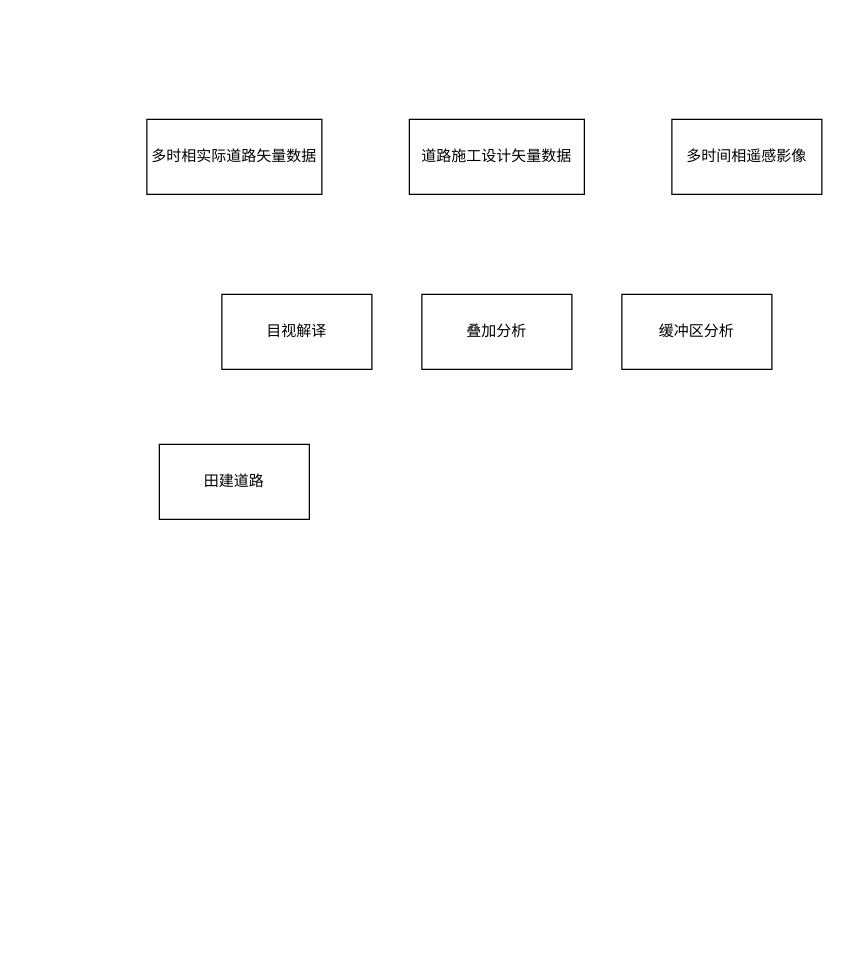
AhXianGL/draw.io keeps this draw.io diagram as 未命名绘图.drawio. Above is the earlier version. Source tidied: cells renumbered, new cells numbered last; positions are measured from the earlier drawing's top-left corner, leaving out a move shared by most shapes. Both pictures are drawn from the tidied source at 125%, with x=0, y=0 at pixel (146, 119).
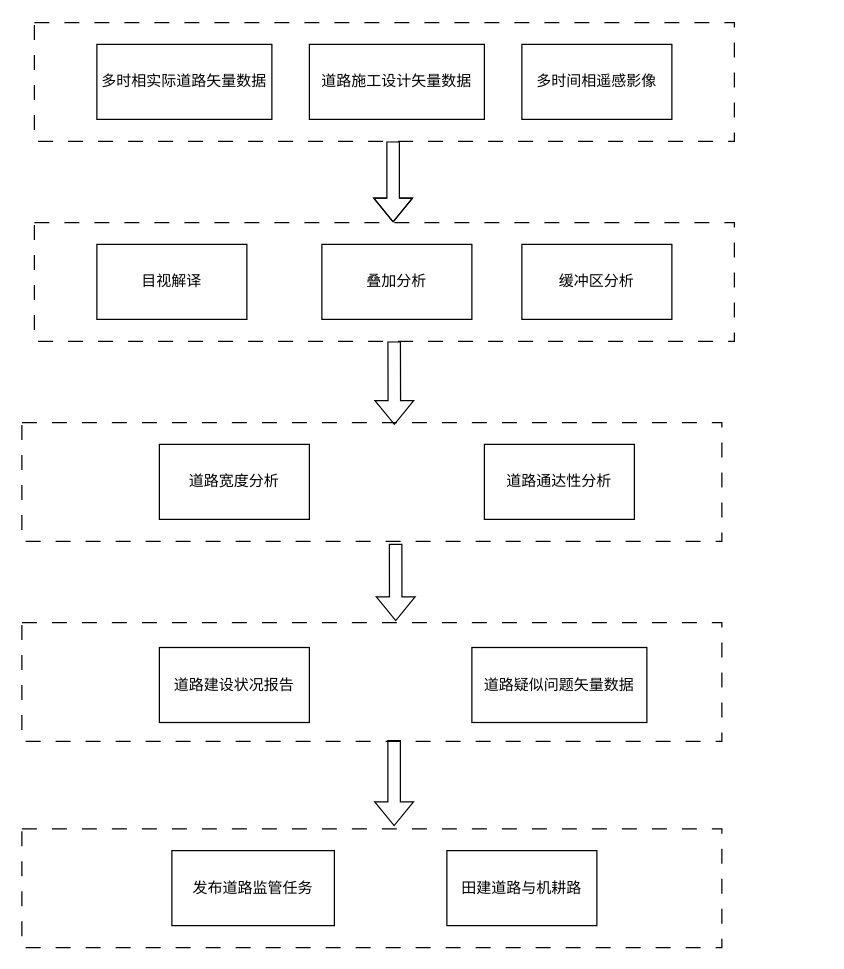
After the change.

Commit message:
道路施工情况分析.drawio

Change to the diagram source:
```diff
@@
+    <mxCell id="9" style="rounded=0;whiteSpace=wrap;html=1;dashed=1;dashPattern=12 12;" parent="1" vertex="1">
+      <mxGeometry x="-100" y="242.5" width="560" height="95" as="geometry" />
+    </mxCell>
+    <mxCell id="8" value="道路宽度分析" style="rounded=0;whiteSpace=wrap;html=1;" parent="1" vertex="1">
+      <mxGeometry x="10" y="260" width="120" height="60" as="geometry" />
+    </mxCell>
+    <mxCell id="10" value="道路通达性分析" style="rounded=0;whiteSpace=wrap;html=1;" parent="1" vertex="1">
+      <mxGeometry x="270" y="260" width="120" height="60" as="geometry" />
+    </mxCell>
+    <mxCell id="11" style="shape=flexArrow;endArrow=classic;html=1;rounded=0;entryX=0.5;entryY=0;entryDx=0;entryDy=0;" parent="1" edge="1">
+      <mxGeometry relative="1" as="geometry">
+        <mxPoint x="197" y="17.5" as="sourcePoint" />
+        <mxPoint x="197" y="82.5" as="targetPoint" />
+        <Array as="points">
+          <mxPoint x="197" y="42.5" />
+        </Array>
+      </mxGeometry>
+    </mxCell>
+    <mxCell id="12" style="shape=flexArrow;endArrow=classic;html=1;rounded=0;entryX=0.516;entryY=0.021;entryDx=0;entryDy=0;entryPerimeter=0;exitX=0.514;exitY=1;exitDx=0;exitDy=0;exitPerimeter=0;" parent="1" edge="1" source="25">
+      <mxGeometry relative="1" as="geometry">
+        <mxPoint x="198" y="244.5" as="targetPoint" />
+      </mxGeometry>
+    </mxCell>
+    <mxCell id="13" style="shape=flexArrow;endArrow=classic;html=1;rounded=0;entryX=0.518;entryY=0.021;entryDx=0;entryDy=0;entryPerimeter=0;" parent="1" edge="1">
+      <mxGeometry relative="1" as="geometry">
+        <mxPoint x="199" y="339.5" as="sourcePoint" />
+        <mxPoint x="199.1" y="401.5" as="targetPoint" />
+      </mxGeometry>
+    </mxCell>
+    <mxCell id="14" style="group;" parent="1" vertex="1">
+      <mxGeometry x="-100" y="402.5" width="560" height="95" as="geometry" />
+    </mxCell>
+    <mxCell id="15" style="rounded=0;whiteSpace=wrap;html=1;dashed=1;dashPattern=12 12;" parent="14" vertex="1">
+      <mxGeometry width="560" height="95" as="geometry" />
+    </mxCell>
+    <mxCell id="16" value="道路建设状况报告" style="rounded=0;whiteSpace=wrap;html=1;" parent="14" vertex="1">
+      <mxGeometry x="110" y="20" width="120" height="60" as="geometry" />
+    </mxCell>
+    <mxCell id="17" value="道路疑似问题矢量数据" style="rounded=0;whiteSpace=wrap;html=1;" parent="14" vertex="1">
+      <mxGeometry x="360" y="20" width="140" height="60" as="geometry" />
+    </mxCell>
+    <mxCell id="18" style="group;" parent="1" vertex="1">
+      <mxGeometry x="-100" y="567.5" width="560" height="95" as="geometry" />
+    </mxCell>
+    <mxCell id="19" style="rounded=0;whiteSpace=wrap;html=1;dashed=1;dashPattern=12 12;" parent="18" vertex="1">
+      <mxGeometry width="560" height="95" as="geometry" />
+    </mxCell>
+    <mxCell id="20" value="发布道路监管任务" style="rounded=0;whiteSpace=wrap;html=1;" parent="18" vertex="1">
+      <mxGeometry x="120" y="17.5" width="130" height="60" as="geometry" />
+    </mxCell>
+    <mxCell id="21" value="田建道路与机耕路" style="rounded=0;whiteSpace=wrap;html=1;" parent="18" vertex="1">
+      <mxGeometry x="340" y="17.5" width="120" height="60" as="geometry" />
+    </mxCell>
+    <mxCell id="22" style="group;" parent="1" vertex="1">
+      <mxGeometry x="-90" y="-77.5" width="560" height="95" as="geometry" />
+    </mxCell>
+    <mxCell id="23" style="rounded=0;whiteSpace=wrap;html=1;dashed=1;dashPattern=12 12;" parent="22" vertex="1">
+      <mxGeometry width="560" height="95" as="geometry" />
+    </mxCell>
-    <mxCell id="2" value="多时间相遥感影像" style="rounded=0;whiteSpace=wrap;html=1;" parent="1" vertex="1">
-      <mxGeometry x="420" width="120" height="60" as="geometry" />
+    <mxCell id="2" value="多时间相遥感影像" style="rounded=0;whiteSpace=wrap;html=1;" parent="22" vertex="1">
+      <mxGeometry x="390" y="17.5" width="120" height="60" as="geometry" />
     </mxCell>
-    <mxCell id="3" value="道路施工设计矢量数据" style="rounded=0;whiteSpace=wrap;html=1;" parent="1" vertex="1">
-      <mxGeometry x="210" width="140" height="60" as="geometry" />
+    <mxCell id="3" value="道路施工设计矢量数据" style="rounded=0;whiteSpace=wrap;html=1;" parent="22" vertex="1">
+      <mxGeometry x="220" y="17.5" width="140" height="60" as="geometry" />
     </mxCell>
-    <mxCell id="4" value="多时相实际道路矢量数据" style="rounded=0;whiteSpace=wrap;html=1;" parent="1" vertex="1">
-      <mxGeometry width="140" height="60" as="geometry" />
+    <mxCell id="4" value="多时相实际道路矢量数据" style="rounded=0;whiteSpace=wrap;html=1;" parent="22" vertex="1">
+      <mxGeometry x="50" y="17.5" width="140" height="60" as="geometry" />
     </mxCell>
+    <mxCell id="24" style="group;" parent="1" vertex="1">
+      <mxGeometry x="-90" y="82.5" width="560" height="95" as="geometry" />
+    </mxCell>
+    <mxCell id="25" style="rounded=0;whiteSpace=wrap;html=1;dashed=1;dashPattern=12 12;" parent="24" vertex="1">
+      <mxGeometry width="560" height="95" as="geometry" />
+    </mxCell>
-    <mxCell id="5" value="目视解译" style="rounded=0;whiteSpace=wrap;html=1;" parent="1" vertex="1">
-      <mxGeometry x="60" y="140" width="120" height="60" as="geometry" />
+    <mxCell id="5" value="目视解译" style="rounded=0;whiteSpace=wrap;html=1;" parent="24" vertex="1">
+      <mxGeometry x="50" y="17.5" width="120" height="60" as="geometry" />
     </mxCell>
-    <mxCell id="6" value="叠加分析" style="rounded=0;whiteSpace=wrap;html=1;" parent="1" vertex="1">
-      <mxGeometry x="220" y="140" width="120" height="60" as="geometry" />
+    <mxCell id="6" value="叠加分析" style="rounded=0;whiteSpace=wrap;html=1;" parent="24" vertex="1">
+      <mxGeometry x="230" y="17.5" width="120" height="60" as="geometry" />
     </mxCell>
-    <mxCell id="7" value="缓冲区分析" style="rounded=0;whiteSpace=wrap;html=1;" parent="1" vertex="1">
-      <mxGeometry x="380" y="140" width="120" height="60" as="geometry" />
+    <mxCell id="7" value="缓冲区分析" style="rounded=0;whiteSpace=wrap;html=1;" parent="24" vertex="1">
+      <mxGeometry x="390" y="17.5" width="120" height="60" as="geometry" />
     </mxCell>
-    <mxCell id="8" value="田建道路" style="rounded=0;whiteSpace=wrap;html=1;" parent="1" vertex="1">
-      <mxGeometry x="10" y="260" width="120" height="60" as="geometry" />
-    </mxCell>
+    <mxCell id="26" style="shape=flexArrow;endArrow=classic;html=1;rounded=0;exitX=0.514;exitY=0.989;exitDx=0;exitDy=0;exitPerimeter=0;entryX=0.514;entryY=-0.021;entryDx=0;entryDy=0;entryPerimeter=0;" parent="1" edge="1">
+      <mxGeometry relative="1" as="geometry">
+        <mxPoint x="197.8" y="496.5" as="sourcePoint" />
+        <mxPoint x="197.8" y="565.5" as="targetPoint" />
+      </mxGeometry>
+    </mxCell>
```
